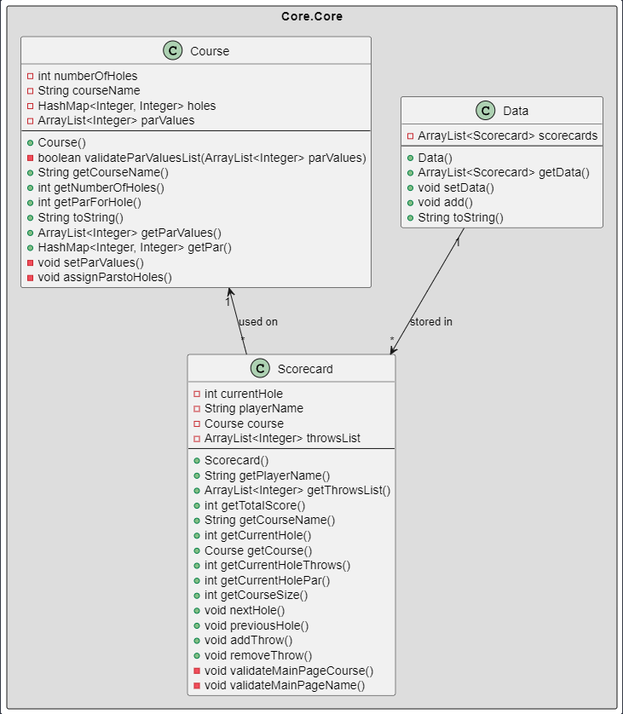
J0hans1/IT1901-DiscoGolf keeps this PlantUML diagram as docs/resources/diagramClass.png. Above is the earlier version. Its source is kept beside it as docs/resources/diagramClass.plantuml. The source it was exported from:
```plantuml
@startuml class

package "Core.Core" <<rectangle>> #DDDDDD {
    Data "1"-->"*" Scorecard : stored in
    Course "1"<--"*" Scorecard : used on
}

class Course{
    - int numberOfHoles
    - String courseName
    - HashMap<Integer, Integer> holes
    - ArrayList<Integer> parValues
    --
    + Course()
    - boolean validateParValuesList(ArrayList<Integer> parValues)
    + String getCourseName()
    + int getNumberOfHoles()
    + int getParForHole()
    + String toString()
    + ArrayList<Integer> getParValues()
    + HashMap<Integer, Integer> getPar()
    - void setParValues()
    - void assignParstoHoles()
}

Class Scorecard {
    - int currentHole
    - String playerName
    - Course course
    - ArrayList<Integer> throwsList
    --
    + Scorecard()
    + String getPlayerName()
    + ArrayList<Integer> getThrowsList()
    + int getTotalScore()
    + String getCourseName()
    + int getCurrentHole()
    + Course getCourse()
    + int getCurrentHoleThrows()
    + int getCurrentHolePar()
    + int getCourseSize()
    + void nextHole()
    + void previousHole()
    + void addThrow()
    + void removeThrow()
    - void validateMainPageCourse()
    - void validateMainPageName()
}

Class Data {
    - ArrayList<Scorecard> scorecards
    --
    + Data()
    + ArrayList<Scorecard> getData()
    + void setData()
    + void add()
    + String toString()
}

@enduml
```
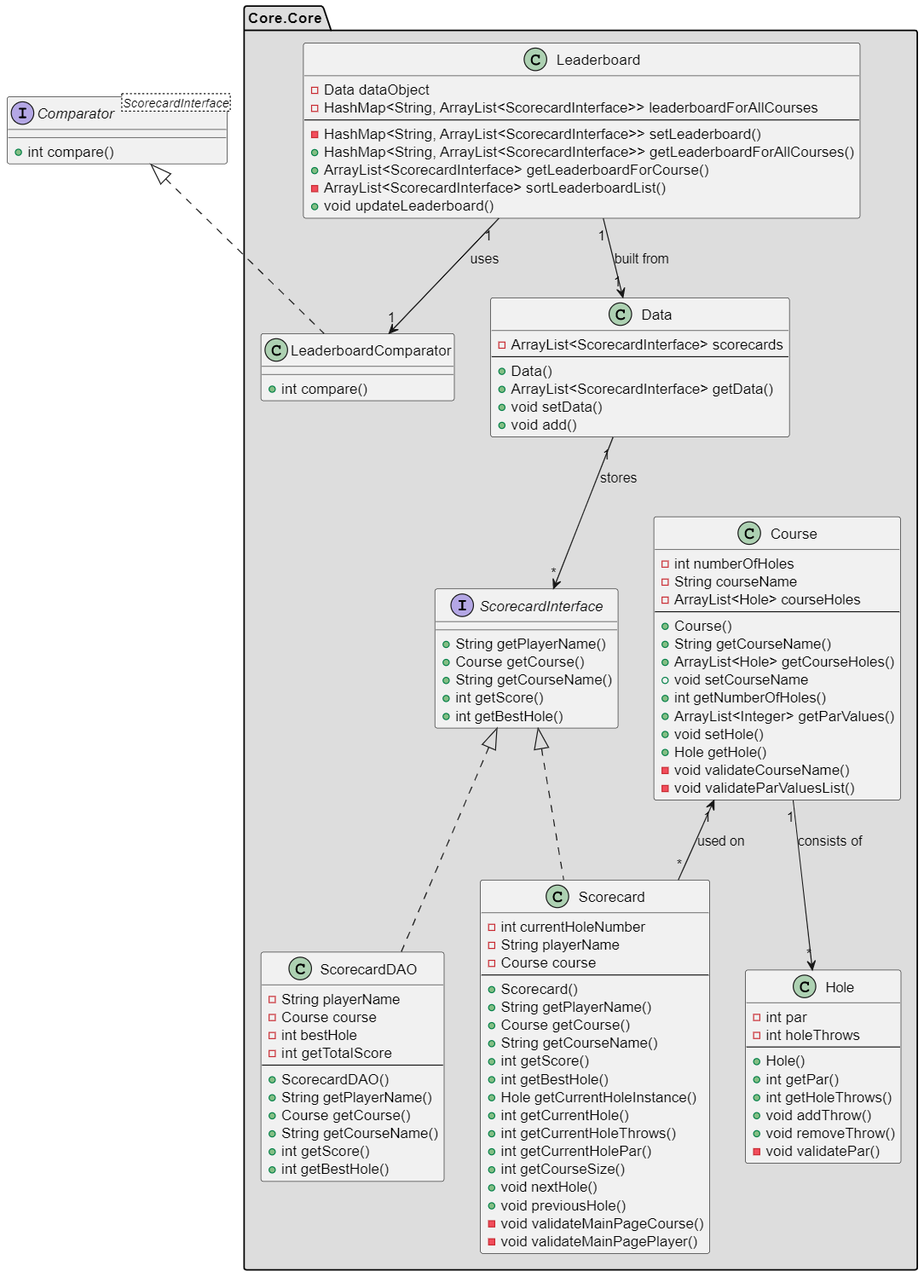
After the commit.

Commit message:
#103 Update PlantUML class-diagram for core module and add new .png

Diff of the diagram source:
```diff
@@ -1,60 +1,114 @@
 @startuml class
 
-package "Core.Core" <<rectangle>> #DDDDDD {
-    Data "1"-->"*" Scorecard : stored in
+package "Core.Core" <<folder>> #DDDDDD {
+    Data "1"-->"*" ScorecardInterface : stores
     Course "1"<--"*" Scorecard : used on
+    Course "1"-->"*" Hole : consists of
+    Leaderboard "1"-->"1" Data : built from
+    Leaderboard "1"-->"1" LeaderboardComparator : uses
+    class ScorecardDAO
+    interface ScorecardInterface
+}
+
+class Hole{
+    - int par
+    - int holeThrows
+    --
+    + Hole()
+    + int getPar()
+    + int getHoleThrows()
+    + void addThrow()
+    + void removeThrow()
+    - void validatePar()
+}
+
+class Leaderboard{
+    - Data dataObject
+    - HashMap<String, ArrayList<ScorecardInterface>> leaderboardForAllCourses
+    --
+    - HashMap<String, ArrayList<ScorecardInterface>> setLeaderboard()
+    + HashMap<String, ArrayList<ScorecardInterface>> getLeaderboardForAllCourses()
+    + ArrayList<ScorecardInterface> getLeaderboardForCourse()
+    - ArrayList<ScorecardInterface> sortLeaderboardList()
+    + void updateLeaderboard()
+}
+
+class LeaderboardComparator implements Comparator{
+    + int compare()
+}
+
+interface Comparator<ScorecardInterface>{
+    + int compare()
+}
+
+class ScorecardDAO implements ScorecardInterface{
+    - String playerName
+    - Course course
+    - int bestHole
+    - int getTotalScore
+    --
+    + ScorecardDAO()
+    + String getPlayerName()
+    + Course getCourse()
+    + String getCourseName()
+    + int getScore()
+    + int getBestHole()
+}
+
+interface ScorecardInterface {
+    + String getPlayerName()
+    + Course getCourse()
+    + String getCourseName()
+    + int getScore()
+    + int getBestHole()
+}
+
+Class Scorecard implements ScorecardInterface {
+    - int currentHoleNumber
+    - String playerName
+    - Course course
+    --
+    + Scorecard()
+    + String getPlayerName()
+    + Course getCourse()
+    + String getCourseName()
+    + int getScore()
+    + int getBestHole()
+    + Hole getCurrentHoleInstance()
+    + int getCurrentHole()
+    + int getCurrentHoleThrows()
+    + int getCurrentHolePar()
+    + int getCourseSize()
+    + void nextHole()
+    + void previousHole()
+    - void validateMainPageCourse()
+    - void validateMainPagePlayer()
 }
 
 class Course{
     - int numberOfHoles
     - String courseName
-    - HashMap<Integer, Integer> holes
-    - ArrayList<Integer> parValues
+    - ArrayList<Hole> courseHoles
     --
     + Course()
-    - boolean validateParValuesList(ArrayList<Integer> parValues)
     + String getCourseName()
+    + ArrayList<Hole> getCourseHoles()
+    + void setCourseName
     + int getNumberOfHoles()
-    + int getParForHole()
-    + String toString()
     + ArrayList<Integer> getParValues()
-    + HashMap<Integer, Integer> getPar()
-    - void setParValues()
-    - void assignParstoHoles()
-}
-
-Class Scorecard {
-    - int currentHole
-    - String playerName
-    - Course course
-    - ArrayList<Integer> throwsList
-    --
-    + Scorecard()
-    + String getPlayerName()
-    + ArrayList<Integer> getThrowsList()
-    + int getTotalScore()
-    + String getCourseName()
-    + int getCurrentHole()
-    + Course getCourse()
-    + int getCurrentHoleThrows()
-    + int getCurrentHolePar()
-    + int getCourseSize()
-    + void nextHole()
-    + void previousHole()
-    + void addThrow()
-    + void removeThrow()
-    - void validateMainPageCourse()
-    - void validateMainPageName()
+    + void setHole()
+    + Hole getHole()
+    - void validateCourseName()
+    - void validateParValuesList()
 }
 
 Class Data {
-    - ArrayList<Scorecard> scorecards
+    - ArrayList<ScorecardInterface> scorecards
     --
     + Data()
-    + ArrayList<Scorecard> getData()
+    + ArrayList<ScorecardInterface> getData()
     + void setData()
     + void add()
-    + String toString()
 }
 
 @enduml
```
